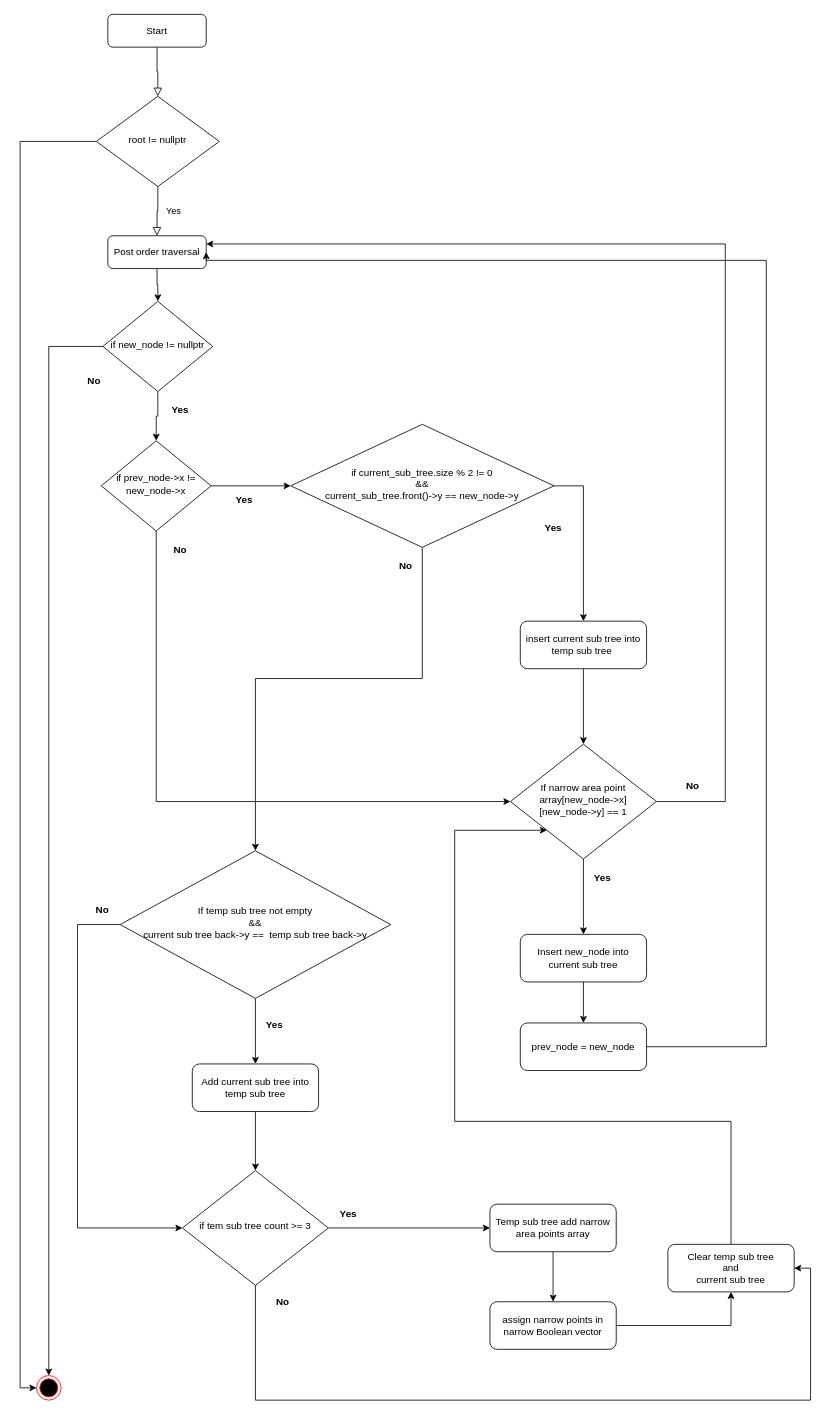
Earlier version of the draw.io diagram page "Page-2" (2 of 4) of Path planning flow chart.drawio (RandikaVS/Edfoci-chat-server). Source tidied: cells renumbered, new cells numbered last; positions are measured from the earlier drawing's top-left corner, leaving out a move shared by most shapes. Both pictures are drawn from the tidied source at 82%, with x=0, y=0 at pixel (36, 14).
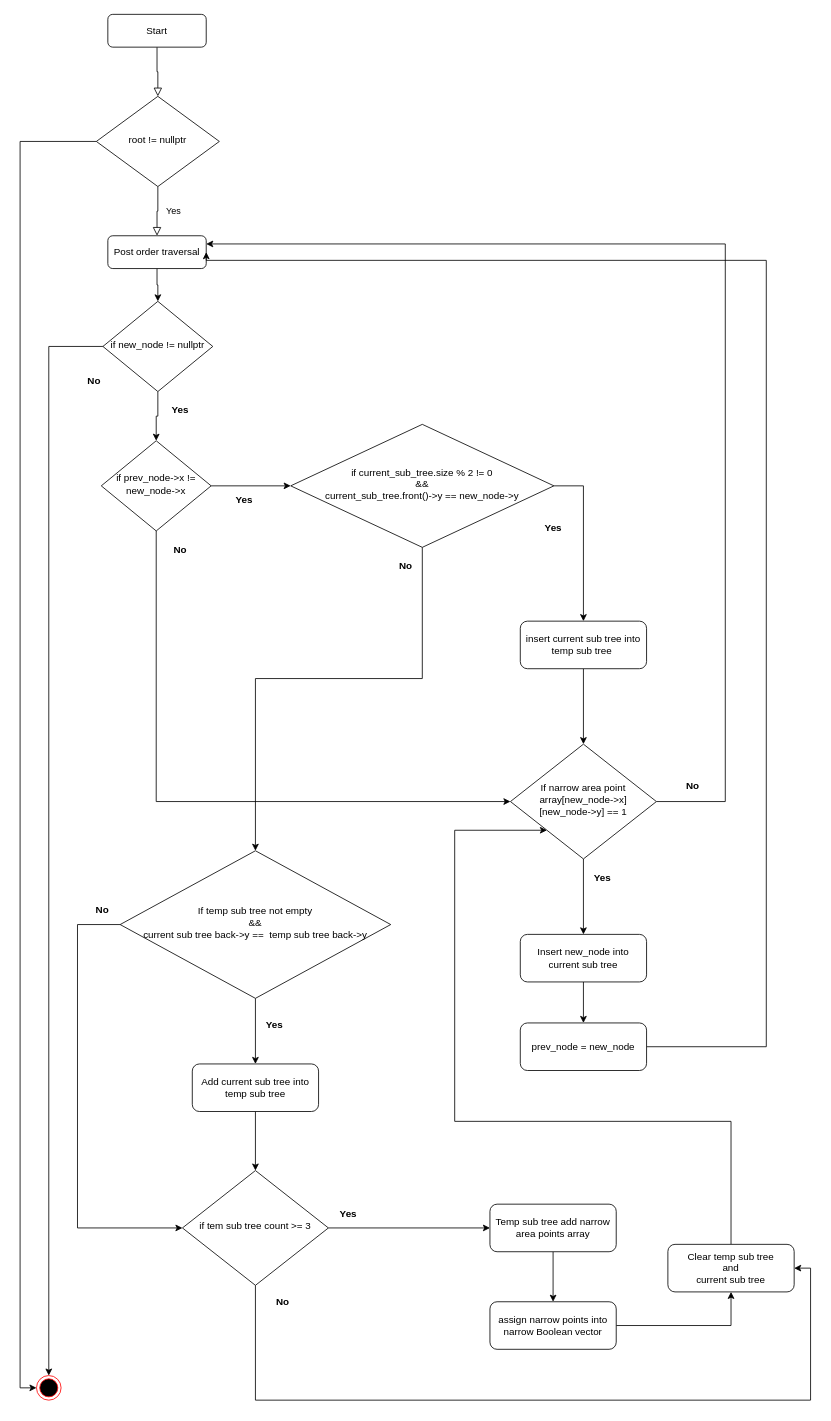
The same diagram, later.

The edit, as a diff of the source:
```diff
@@
-    <mxCell id="52" value="assign narrow points in narrow Boolean vector" style="rounded=1;whiteSpace=wrap;html=1;fontSize=12;glass=0;strokeWidth=1;shadow=0;" parent="1" vertex="1">
+    <mxCell id="52" value="assign narrow points into narrow Boolean vector" style="rounded=1;whiteSpace=wrap;html=1;fontSize=12;glass=0;strokeWidth=1;shadow=0;" parent="1" vertex="1">
       <mxGeometry x="553" y="1570" width="154" height="58" as="geometry" />
     </mxCell>
```
